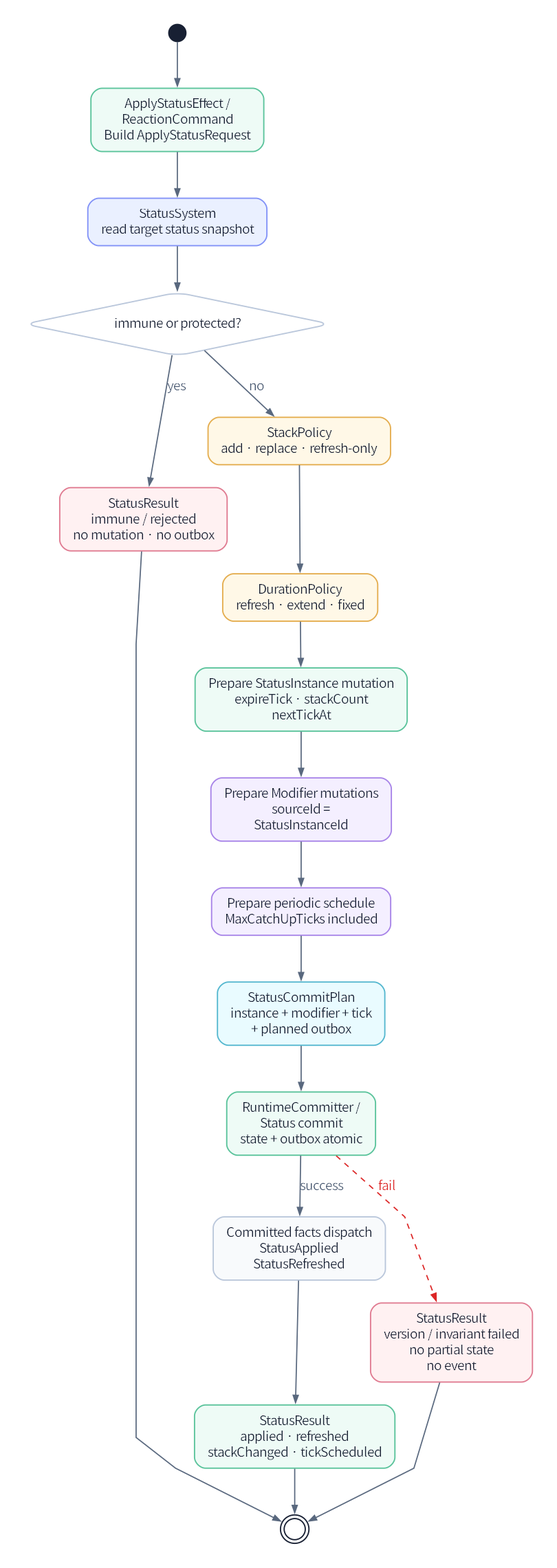
Above: assets/diagrams/28_status_apply_sequence_diagram.png in JY-LemongO/game-system-framework-knowledge-site (Graphviz), before the change. Its source is kept beside it as source/diagrams/28_status_apply_sequence_diagram.dot.
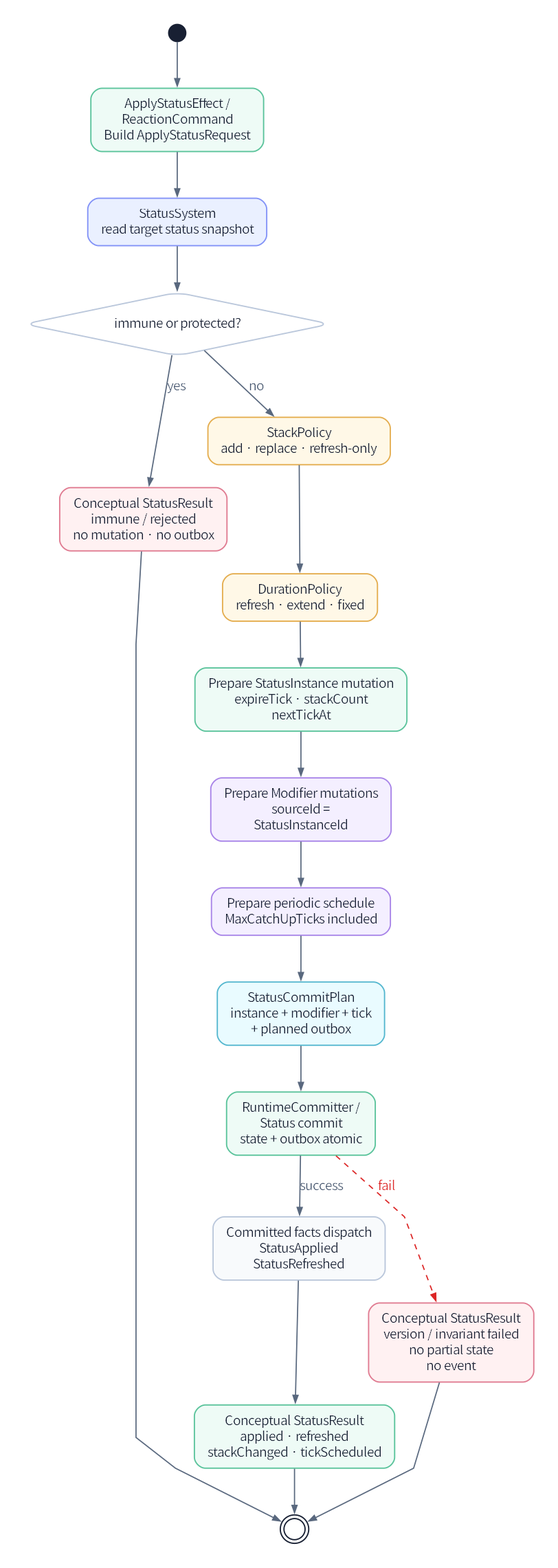
After the commit.

What changed in the source:
```diff
@@ -8,7 +8,7 @@
   effect [label="ApplyStatusEffect /\nReactionCommand\nBuild ApplyStatusRequest", fillcolor="#eefbf6", color="#5ac39b"];
   system [label="StatusSystem\nread target status snapshot", fillcolor="#eaf0ff", color="#8292f7"];
   immune [shape=diamond, label="immune or protected?"];
-  rejected [label="StatusResult\nimmune / rejected\nno mutation · no outbox", fillcolor="#fff1f2", color="#e07b91"];
+  rejected [label="Conceptual StatusResult\nimmune / rejected\nno mutation · no outbox", fillcolor="#fff1f2", color="#e07b91"];
   stack [label="StackPolicy\nadd · replace · refresh-only", fillcolor="#fff8e7", color="#e4ad4f"];
   duration [label="DurationPolicy\nrefresh · extend · fixed", fillcolor="#fff8e7", color="#e4ad4f"];
   instance [label="Prepare StatusInstance mutation\nexpireTick · stackCount\nnextTickAt", fillcolor="#eefbf6", color="#5ac39b"];
@@ -17,8 +17,8 @@
   plan [label="StatusCommitPlan\ninstance + modifier + tick\n+ planned outbox", fillcolor="#e9fbff", color="#54b7cf"];
   commit [label="RuntimeCommitter /\nStatus commit\nstate + outbox atomic", fillcolor="#eefbf6", color="#5ac39b"];
   event [label="Committed facts dispatch\nStatusApplied\nStatusRefreshed", fillcolor="#f8fafc"];
-  result [label="StatusResult\napplied · refreshed\nstackChanged · tickScheduled", fillcolor="#eefbf6", color="#5ac39b"];
-  failed [label="StatusResult\nversion / invariant failed\nno partial state\nno event", fillcolor="#fff1f2", color="#e07b91"];
+  result [label="Conceptual StatusResult\napplied · refreshed\nstackChanged · tickScheduled", fillcolor="#eefbf6", color="#5ac39b"];
+  failed [label="Conceptual StatusResult\nversion / invariant failed\nno partial state\nno event", fillcolor="#fff1f2", color="#e07b91"];
   end [shape=doublecircle, width=.32, label="", fillcolor="#ffffff", color="#182033"];
 
   start -> effect -> system -> immune;
```
